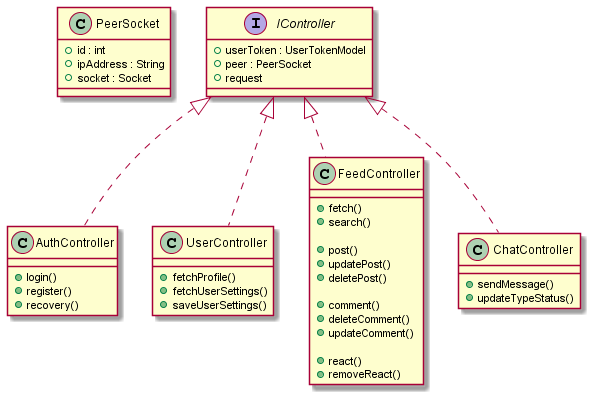
This is uml/controllers.png from ArquitecturaSWITSON082021/FacebootClient, a PlantUML export, as it was before one commit.
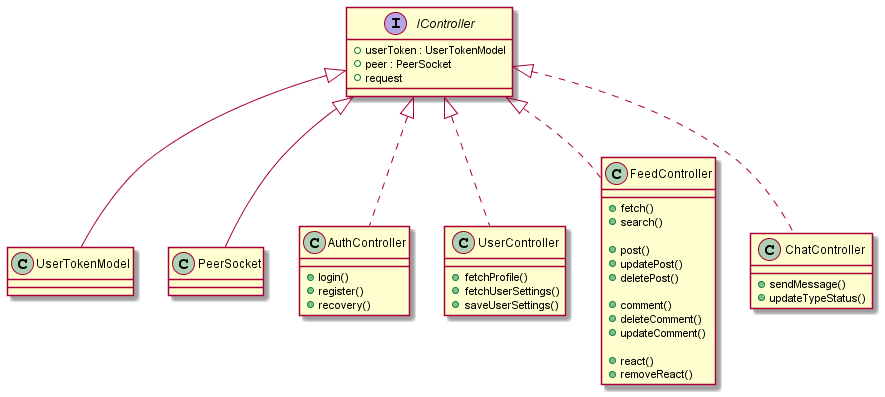
The same diagram one commit later.

Commit message:
Correcciones PeerSocket

Change to the diagram source:
```diff
@@ -1,18 +1,15 @@
 @startuml
 
 
-
-class PeerSocket {
-    + id : int
-    + ipAddress : String
-    + socket : Socket
-}
 
 interface IController {
     + userToken : UserTokenModel
     + peer : PeerSocket
     + request
 }
+
+IController <|-- UserTokenModel
+IController <|-- PeerSocket
 
 class AuthController implements IController {
     + login()
```
